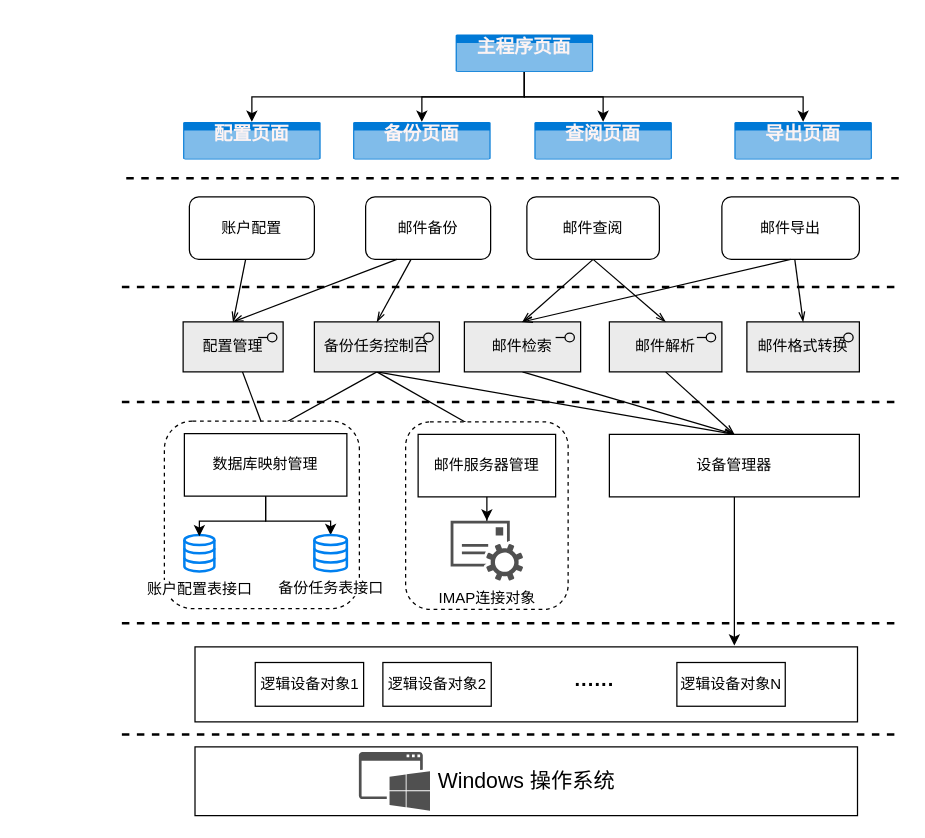
Above: page "第 2 页" (2 of 2) of 第三章关键问题.drawio in GreenTee-color/Documents (draw.io), before the change. Source tidied: cells renumbered, new cells numbered last; positions are measured from the earlier drawing's top-left corner, leaving out a move shared by most shapes. Both pictures are drawn from the tidied source at 125%, with x=0, y=0 at pixel (121, 34).
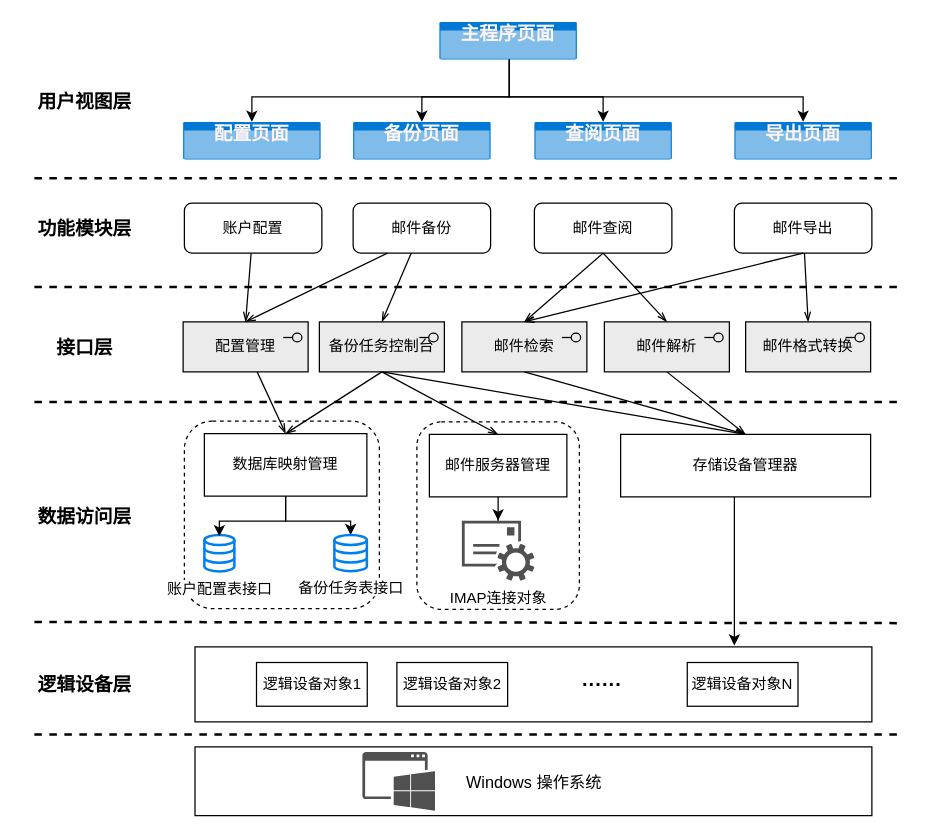
After the change.

Commit message:
更新第三章关键问题.drawio

Unchanged cells that the change refers to:
```xml
<mxCell id="29" value="配置页面" style="html=1;whiteSpace=wrap;strokeColor=none;fillColor=#0079D6;labelPosition=center;verticalLabelPosition=middle;verticalAlign=top;align=center;fontSize=15;outlineConnect=0;spacingTop=-6;fontColor=#FCF3F3;sketch=0;shape=mxgraph.sitemap.page;fontStyle=1;" parent="1" vertex="1">
  <mxGeometry x="49" y="70" width="110" height="30" as="geometry" />
</mxCell>
<mxCell id="30" value="备份页面" style="html=1;whiteSpace=wrap;strokeColor=none;fillColor=#0079D6;labelPosition=center;verticalLabelPosition=middle;verticalAlign=top;align=center;fontSize=15;outlineConnect=0;spacingTop=-6;fontColor=#FCF3F3;sketch=0;shape=mxgraph.sitemap.page;fontStyle=1;" parent="1" vertex="1">
  <mxGeometry x="185" y="70" width="110" height="30" as="geometry" />
</mxCell>
<mxCell id="31" value="查阅页面" style="html=1;whiteSpace=wrap;strokeColor=none;fillColor=#0079D6;labelPosition=center;verticalLabelPosition=middle;verticalAlign=top;align=center;fontSize=15;outlineConnect=0;spacingTop=-6;fontColor=#FCF3F3;sketch=0;shape=mxgraph.sitemap.page;fontStyle=1;" parent="1" vertex="1">
  <mxGeometry x="330" y="70" width="110" height="30" as="geometry" />
</mxCell>
<mxCell id="32" value="导出页面" style="html=1;whiteSpace=wrap;strokeColor=none;fillColor=#0079D6;labelPosition=center;verticalLabelPosition=middle;verticalAlign=top;align=center;fontSize=15;outlineConnect=0;spacingTop=-6;fontColor=#FCF3F3;sketch=0;shape=mxgraph.sitemap.page;fontStyle=1;" parent="1" vertex="1">
  <mxGeometry x="490" y="70" width="110" height="30" as="geometry" />
</mxCell>
<mxCell id="40" value="&lt;span&gt;数据库映射管理&lt;/span&gt;" style="html=1;whiteSpace=wrap;fontStyle=0;" parent="37" vertex="1">
  <mxGeometry width="130" height="50" as="geometry" />
</mxCell>
<mxCell id="47" value="&lt;span&gt;邮件服务器管理&lt;/span&gt;" style="html=1;whiteSpace=wrap;fontStyle=0;" parent="44" vertex="1">
  <mxGeometry width="110" height="50" as="geometry" />
</mxCell>
```

What changed in the source:
```diff
@@
     <mxCell id="2" value="主程序页面" style="html=1;whiteSpace=wrap;strokeColor=none;fillColor=#0079D6;labelPosition=center;verticalLabelPosition=middle;verticalAlign=top;align=center;fontSize=15;outlineConnect=0;spacingTop=-6;fontColor=#FCF3F3;sketch=0;shape=mxgraph.sitemap.page;fontStyle=1;" parent="1" vertex="1">
-      <mxGeometry x="267" width="110" height="30" as="geometry" />
+      <mxGeometry x="254" y="-10" width="110" height="30" as="geometry" />
     </mxCell>
     <mxCell id="3" style="endArrow=none;dashed=1;html=1;rounded=0;strokeColor=default;strokeWidth=2;" parent="1" edge="1">
       <mxGeometry relative="1" as="geometry">
-        <mxPoint x="3.5" y="115" as="sourcePoint" />
+        <mxPoint x="-70" y="115" as="sourcePoint" />
         <mxPoint x="623.5" y="115" as="targetPoint" />
       </mxGeometry>
     </mxCell>
     <mxCell id="4" value="账户配置" style="rounded=1;whiteSpace=wrap;html=1;" parent="1" vertex="1">
-      <mxGeometry x="54" y="130" width="100" height="50" as="geometry" />
+      <mxGeometry x="50" y="135" width="110" height="40" as="geometry" />
     </mxCell>
     <mxCell id="5" value="邮件备份" style="rounded=1;whiteSpace=wrap;html=1;" parent="1" vertex="1">
-      <mxGeometry x="195" y="130" width="100" height="50" as="geometry" />
+      <mxGeometry x="185" y="135" width="110" height="40" as="geometry" />
     </mxCell>
     <mxCell id="6" value="邮件查阅" style="rounded=1;whiteSpace=wrap;html=1;" parent="1" vertex="1">
-      <mxGeometry x="324" y="130" width="106" height="50" as="geometry" />
+      <mxGeometry x="330" y="135" width="110" height="40" as="geometry" />
     </mxCell>
     <mxCell id="7" value="邮件导出" style="rounded=1;whiteSpace=wrap;html=1;" parent="1" vertex="1">
-      <mxGeometry x="480" y="130" width="110" height="50" as="geometry" />
+      <mxGeometry x="490" y="135" width="110" height="40" as="geometry" />
     </mxCell>
-    <mxCell id="8" style="rounded=0;jettySize=auto;html=1;entryX=0.5;entryY=0;entryDx=0;entryDy=0;endArrow=openThin;endFill=0;" parent="1" edge="1" source="9" target="40">
-      <mxGeometry relative="1" as="geometry" />
-    </mxCell>
     <mxCell id="9" value="配置管理" style="html=1;outlineConnect=0;whiteSpace=wrap;fillColor=#EBEBEB;shape=mxgraph.archimate3.application;appType=interface;archiType=square;" parent="1" vertex="1">
-      <mxGeometry x="49" y="230" width="80" height="40" as="geometry" />
+      <mxGeometry x="49" y="230" width="100" height="40" as="geometry" />
     </mxCell>
-    <mxCell id="10" style="rounded=0;jettySize=auto;html=1;entryX=0.5;entryY=0;entryDx=0;entryDy=0;exitX=0.5;exitY=1;exitDx=0;exitDy=0;exitPerimeter=0;endArrow=openThin;endFill=0;" parent="1" edge="1" source="13" target="40">
-      <mxGeometry relative="1" as="geometry" />
-    </mxCell>
@@
-    <mxCell id="12" style="rounded=0;jettySize=auto;html=1;entryX=0.5;entryY=0;entryDx=0;entryDy=0;exitX=0.5;exitY=1;exitDx=0;exitDy=0;exitPerimeter=0;endArrow=openThin;endFill=0;" parent="1" edge="1" source="13" target="47">
-      <mxGeometry relative="1" as="geometry" />
-    </mxCell>
     <mxCell id="13" value="备份任务控制台" style="html=1;outlineConnect=0;whiteSpace=wrap;fillColor=#EBEBEB;shape=mxgraph.archimate3.application;appType=interface;archiType=square;" parent="1" vertex="1">
-      <mxGeometry x="154" y="230" width="100" height="40" as="geometry" />
+      <mxGeometry x="158" y="230" width="100" height="40" as="geometry" />
     </mxCell>
@@
     <mxCell id="15" value="邮件检索" style="html=1;outlineConnect=0;whiteSpace=wrap;fillColor=#EBEBEB;shape=mxgraph.archimate3.application;appType=interface;archiType=square;" parent="1" vertex="1">
-      <mxGeometry x="274" y="230" width="93" height="40" as="geometry" />
+      <mxGeometry x="272" y="230" width="100" height="40" as="geometry" />
     </mxCell>
@@
     <mxCell id="17" value="邮件解析" style="html=1;outlineConnect=0;whiteSpace=wrap;fillColor=#EBEBEB;shape=mxgraph.archimate3.application;appType=interface;archiType=square;" parent="1" vertex="1">
-      <mxGeometry x="390" y="230" width="90" height="40" as="geometry" />
+      <mxGeometry x="386" y="230" width="100" height="40" as="geometry" />
     </mxCell>
     <mxCell id="18" value="邮件格式转换" style="html=1;outlineConnect=0;whiteSpace=wrap;fillColor=#EBEBEB;shape=mxgraph.archimate3.application;appType=interface;archiType=square;" parent="1" vertex="1">
-      <mxGeometry x="500" y="230" width="90" height="40" as="geometry" />
+      <mxGeometry x="499" y="230" width="100" height="40" as="geometry" />
     </mxCell>
-    <mxCell id="19" value="&lt;span&gt;设备管理器&lt;/span&gt;" style="html=1;whiteSpace=wrap;fontStyle=0;" parent="1" vertex="1">
-      <mxGeometry x="390" y="320" width="200" height="50" as="geometry" />
+    <mxCell id="19" value="&lt;span&gt;存储设备管理器&lt;/span&gt;" style="html=1;whiteSpace=wrap;fontStyle=0;" parent="1" vertex="1">
+      <mxGeometry x="399" y="320" width="200" height="50" as="geometry" />
     </mxCell>
     <mxCell id="20" style="group;" parent="1" vertex="1">
-      <mxGeometry x="58.5" y="570" width="530" height="55" as="geometry" />
+      <mxGeometry x="58.5" y="570" width="541.5" height="55" as="geometry" />
     </mxCell>
-    <mxCell id="21" value="Windows 操作系统" style="rounded=0;whiteSpace=wrap;html=1;fontSize=17;" parent="20" vertex="1">
-      <mxGeometry width="530" height="55" as="geometry" />
+    <mxCell id="21" value="&lt;font style=&quot;font-size: 13px;&quot;&gt;Windows 操作系统&lt;/font&gt;" style="rounded=0;whiteSpace=wrap;html=1;fontSize=17;" parent="20" vertex="1">
+      <mxGeometry width="541.5" height="55" as="geometry" />
     </mxCell>
     <mxCell id="22" style="sketch=0;shadow=0;dashed=0;html=1;strokeColor=none;fillColor=#505050;labelPosition=center;verticalLabelPosition=bottom;verticalAlign=top;align=center;shape=mxgraph.office.concepts.application_windows;" parent="20" vertex="1">
-      <mxGeometry x="131.1" y="4" width="56.9" height="47" as="geometry" />
+      <mxGeometry x="133.9" y="4" width="58.1" height="47" as="geometry" />
     </mxCell>
     <mxCell id="23" style="group;" parent="1" vertex="1">
-      <mxGeometry x="58.5" y="490" width="530" height="60" as="geometry" />
+      <mxGeometry x="58.5" y="490" width="541.5" height="60" as="geometry" />
     </mxCell>
     <mxCell id="24" style="rounded=0;whiteSpace=wrap;html=1;fontSize=16;" parent="23" vertex="1">
-      <mxGeometry width="530" height="60" as="geometry" />
+      <mxGeometry width="541.5" height="60" as="geometry" />
     </mxCell>
     <mxCell id="25" value="逻辑设备对象1" style="rounded=0;whiteSpace=wrap;html=1;" parent="23" vertex="1">
-      <mxGeometry x="48.2" y="12.5" width="86.7" height="35" as="geometry" />
+      <mxGeometry x="49.2" y="12.5" width="88.6" height="35" as="geometry" />
     </mxCell>
     <mxCell id="26" value="逻辑设备对象2" style="rounded=0;whiteSpace=wrap;html=1;" parent="23" vertex="1">
-      <mxGeometry x="150.3" y="12.5" width="86.7" height="35" as="geometry" />
+      <mxGeometry x="161.5" y="12.5" width="88.6" height="35" as="geometry" />
     </mxCell>
     <mxCell id="27" value="逻辑设备对象N" style="rounded=0;whiteSpace=wrap;html=1;" parent="23" vertex="1">
-      <mxGeometry x="385.5" y="12.5" width="86.7" height="35" as="geometry" />
+      <mxGeometry x="393.8" y="12.5" width="88.6" height="35" as="geometry" />
     </mxCell>
     <mxCell id="28" value="&lt;b style=&quot;font-size: 16px; text-wrap: wrap;&quot;&gt;······&lt;/b&gt;" style="text;html=1;align=center;verticalAlign=middle;strokeColor=none;fillColor=none;" parent="23" vertex="1">
-      <mxGeometry x="289.1" y="15" width="60" height="30" as="geometry" />
+      <mxGeometry x="295.4" y="15" width="60" height="30" as="geometry" />
     </mxCell>
@@
     <mxCell id="33" style="edgeStyle=orthogonalEdgeStyle;rounded=0;jettySize=auto;html=1;entryX=0.5;entryY=0;entryDx=0;entryDy=0;entryPerimeter=0;" parent="1" edge="1" source="2" target="29">
       <mxGeometry relative="1" as="geometry">
         <Array as="points">
-          <mxPoint x="322" y="50" />
+          <mxPoint x="310" y="50" />
           <mxPoint x="104" y="50" />
         </Array>
       </mxGeometry>
     </mxCell>
     <mxCell id="34" style="edgeStyle=orthogonalEdgeStyle;rounded=0;jettySize=auto;html=1;entryX=0.5;entryY=0;entryDx=0;entryDy=0;entryPerimeter=0;" parent="1" edge="1" source="2" target="30">
       <mxGeometry relative="1" as="geometry">
         <Array as="points">
-          <mxPoint x="322" y="50" />
+          <mxPoint x="310" y="50" />
           <mxPoint x="240" y="50" />
         </Array>
       </mxGeometry>
     </mxCell>
     <mxCell id="35" style="edgeStyle=orthogonalEdgeStyle;rounded=0;jettySize=auto;html=1;entryX=0.5;entryY=0;entryDx=0;entryDy=0;entryPerimeter=0;" parent="1" edge="1" source="2" target="31">
       <mxGeometry relative="1" as="geometry">
         <Array as="points">
-          <mxPoint x="322" y="50" />
+          <mxPoint x="310" y="50" />
           <mxPoint x="385" y="50" />
         </Array>
       </mxGeometry>
     </mxCell>
@@
     <mxCell id="37" style="group;" parent="1" vertex="1">
-      <mxGeometry x="50" y="319.4" width="150" height="150" as="geometry" />
+      <mxGeometry x="66" y="319.4" width="150" height="150" as="geometry" />
     </mxCell>
@@
     <mxCell id="44" style="group;" parent="1" vertex="1">
-      <mxGeometry x="237" y="320" width="133" height="140" as="geometry" />
+      <mxGeometry x="246" y="320" width="133" height="140" as="geometry" />
     </mxCell>
@@
     <mxCell id="55" style="endArrow=none;html=1;rounded=0;strokeColor=default;strokeWidth=2;dashed=1;endFill=0;" parent="1" edge="1">
       <mxGeometry relative="1" as="geometry">
-        <mxPoint y="202" as="sourcePoint" />
+        <mxPoint x="-70" y="202" as="sourcePoint" />
         <mxPoint x="620" y="202" as="targetPoint" />
       </mxGeometry>
     </mxCell>
     <mxCell id="56" style="endArrow=none;html=1;rounded=0;strokeColor=default;strokeWidth=2;dashed=1;" parent="1" edge="1">
       <mxGeometry relative="1" as="geometry">
-        <mxPoint y="294" as="sourcePoint" />
+        <mxPoint x="-70" y="294" as="sourcePoint" />
         <mxPoint x="620" y="294" as="targetPoint" />
       </mxGeometry>
     </mxCell>
     <mxCell id="57" style="endArrow=none;html=1;rounded=0;strokeColor=default;strokeWidth=2;dashed=1;" parent="1" edge="1">
       <mxGeometry relative="1" as="geometry">
-        <mxPoint y="471" as="sourcePoint" />
+        <mxPoint x="-70" y="470" as="sourcePoint" />
         <mxPoint x="620" y="471" as="targetPoint" />
       </mxGeometry>
     </mxCell>
     <mxCell id="58" style="endArrow=none;html=1;rounded=0;strokeColor=default;strokeWidth=2;dashed=1;" parent="1" edge="1">
       <mxGeometry relative="1" as="geometry">
-        <mxPoint y="560" as="sourcePoint" />
+        <mxPoint x="-70" y="560" as="sourcePoint" />
         <mxPoint x="620" y="560" as="targetPoint" />
       </mxGeometry>
     </mxCell>
@@
     <mxCell id="60" style="edgeStyle=orthogonalEdgeStyle;rounded=0;jettySize=auto;html=1;entryX=0.5;entryY=0;entryDx=0;entryDy=0;entryPerimeter=0;" parent="1" edge="1" source="2" target="32">
       <mxGeometry relative="1" as="geometry">
         <Array as="points">
-          <mxPoint x="322" y="50" />
+          <mxPoint x="310" y="50" />
           <mxPoint x="545" y="50" />
         </Array>
       </mxGeometry>
     </mxCell>
+    <mxCell id="61" value="用户视图层" style="text;html=1;align=center;verticalAlign=middle;strokeColor=none;fillColor=none;fontSize=15;fontStyle=1;" parent="1" vertex="1">
+      <mxGeometry x="-80" y="38" width="100" height="30" as="geometry" />
+    </mxCell>
+    <mxCell id="62" value="功能模块层" style="text;html=1;align=center;verticalAlign=middle;strokeColor=none;fillColor=none;fontSize=15;fontStyle=1;" parent="1" vertex="1">
+      <mxGeometry x="-80" y="140" width="100" height="30" as="geometry" />
+    </mxCell>
+    <mxCell id="63" value="接口层" style="text;html=1;align=center;verticalAlign=middle;strokeColor=none;fillColor=none;fontSize=15;fontStyle=1;" parent="1" vertex="1">
+      <mxGeometry x="-65" y="235" width="70" height="30" as="geometry" />
+    </mxCell>
+    <mxCell id="64" value="数据访问层" style="text;html=1;align=center;verticalAlign=middle;strokeColor=none;fillColor=none;fontSize=15;fontStyle=1;" parent="1" vertex="1">
+      <mxGeometry x="-80" y="370" width="100" height="30" as="geometry" />
+    </mxCell>
+    <mxCell id="65" value="逻辑设备层" style="text;html=1;align=center;verticalAlign=middle;strokeColor=none;fillColor=none;fontSize=15;fontStyle=1;" parent="1" vertex="1">
+      <mxGeometry x="-80" y="505" width="100" height="30" as="geometry" />
+    </mxCell>
+    <mxCell id="8" style="rounded=0;jettySize=auto;html=1;entryX=0.5;entryY=0;entryDx=0;entryDy=0;endArrow=openThin;endFill=0;" parent="1" edge="1" source="9" target="40">
+      <mxGeometry relative="1" as="geometry" />
+    </mxCell>
+    <mxCell id="10" style="rounded=0;jettySize=auto;html=1;entryX=0.5;entryY=0;entryDx=0;entryDy=0;exitX=0.5;exitY=1;exitDx=0;exitDy=0;exitPerimeter=0;endArrow=openThin;endFill=0;" parent="1" edge="1" source="13" target="40">
+      <mxGeometry relative="1" as="geometry" />
+    </mxCell>
+    <mxCell id="12" style="rounded=0;jettySize=auto;html=1;entryX=0.5;entryY=0;entryDx=0;entryDy=0;exitX=0.5;exitY=1;exitDx=0;exitDy=0;exitPerimeter=0;endArrow=openThin;endFill=0;" parent="1" edge="1" source="13" target="47">
+      <mxGeometry relative="1" as="geometry" />
+    </mxCell>
```
